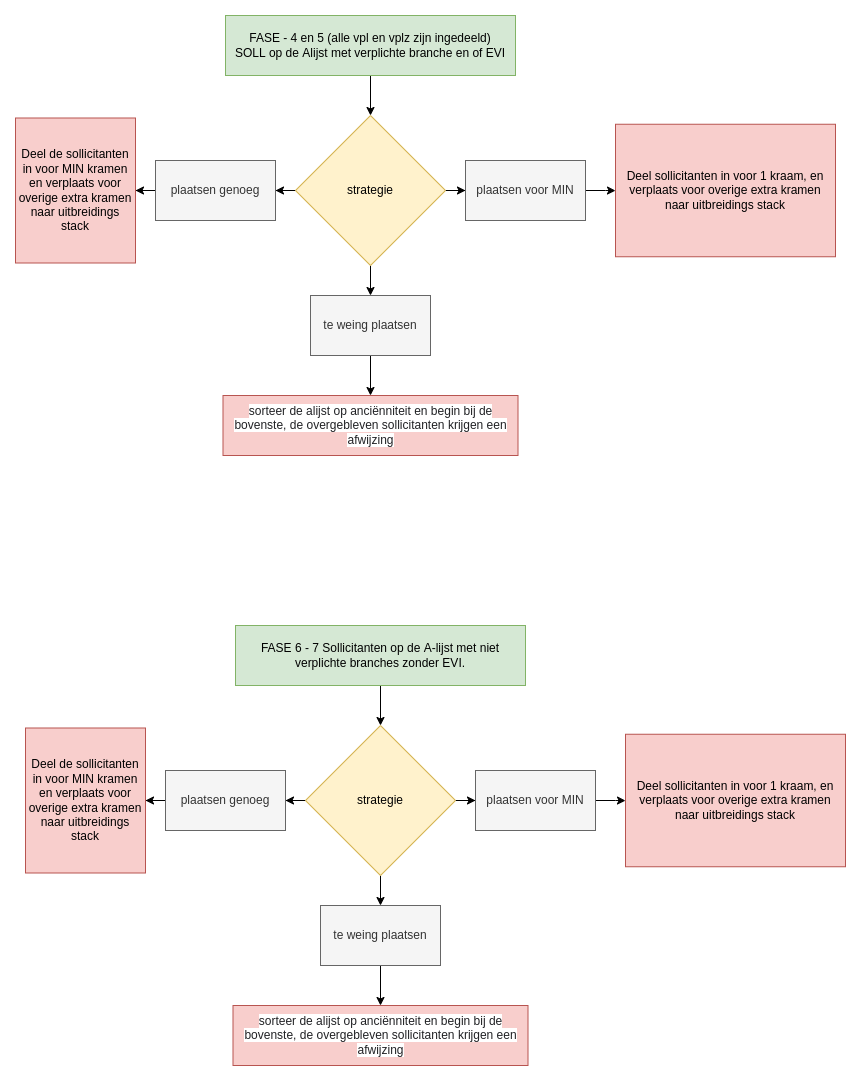
Above: diagrams/fase-4-5-6-7.drawio.png in Amsterdam/makkelijkemarkt-allocation (draw.io), before the change. Source tidied: cells renumbered, new cells last; positions are measured from the earlier drawing's top-left corner, leaving out a move shared by most shapes. Its diagram source:
```xml
<mxGraphModel>
  <root>
    <mxCell id="0" />
    <mxCell id="1" parent="0" />
    <mxCell id="2" style="edgeStyle=orthogonalEdgeStyle;rounded=0;jettySize=auto;html=1;" parent="1" edge="1" source="3" target="7">
      <mxGeometry relative="1" as="geometry" />
    </mxCell>
    <mxCell id="3" value="FASE - 4 en 5 (alle vpl en vplz zijn ingedeeld)&lt;br&gt;SOLL op de Alijst met verplichte branche en of EVI" style="rounded=0;whiteSpace=wrap;html=1;fillColor=#d5e8d4;strokeColor=#82b366;" parent="1" vertex="1">
      <mxGeometry x="210" width="290" height="60" as="geometry" />
    </mxCell>
    <mxCell id="4" style="edgeStyle=orthogonalEdgeStyle;rounded=0;jettySize=auto;html=1;" parent="1" edge="1" source="7" target="9">
      <mxGeometry relative="1" as="geometry" />
    </mxCell>
    <mxCell id="5" style="edgeStyle=orthogonalEdgeStyle;rounded=0;jettySize=auto;html=1;" parent="1" edge="1" source="7" target="11">
      <mxGeometry relative="1" as="geometry" />
    </mxCell>
    <mxCell id="6" style="edgeStyle=orthogonalEdgeStyle;rounded=0;jettySize=auto;html=1;" parent="1" edge="1" source="7" target="13">
      <mxGeometry relative="1" as="geometry" />
    </mxCell>
    <mxCell id="7" value="strategie" style="rhombus;whiteSpace=wrap;html=1;fillColor=#fff2cc;strokeColor=#d6b656;" parent="1" vertex="1">
      <mxGeometry x="280" y="100" width="150" height="150" as="geometry" />
    </mxCell>
    <mxCell id="8" style="edgeStyle=orthogonalEdgeStyle;rounded=0;jettySize=auto;html=1;exitX=0;exitY=0.5;exitDx=0;exitDy=0;" parent="1" edge="1" source="9" target="16">
      <mxGeometry relative="1" as="geometry" />
    </mxCell>
    <mxCell id="9" value="plaatsen genoeg" style="rounded=0;whiteSpace=wrap;html=1;fillColor=#f5f5f5;fontColor=#333333;strokeColor=#666666;" parent="1" vertex="1">
      <mxGeometry x="140" y="145" width="120" height="60" as="geometry" />
    </mxCell>
    <mxCell id="10" style="edgeStyle=orthogonalEdgeStyle;rounded=0;jettySize=auto;html=1;fontSize=12;" parent="1" edge="1" source="11" target="15">
      <mxGeometry relative="1" as="geometry" />
    </mxCell>
    <mxCell id="11" value="plaatsen voor MIN" style="whiteSpace=wrap;html=1;fillColor=#f5f5f5;fontColor=#333333;strokeColor=#666666;" parent="1" vertex="1">
      <mxGeometry x="450" y="145" width="120" height="60" as="geometry" />
    </mxCell>
    <mxCell id="12" style="edgeStyle=orthogonalEdgeStyle;rounded=0;jettySize=auto;html=1;entryX=0.5;entryY=0;entryDx=0;entryDy=0;fontSize=12;" parent="1" edge="1" source="13" target="14">
      <mxGeometry relative="1" as="geometry" />
    </mxCell>
    <mxCell id="13" value="te weing plaatsen" style="whiteSpace=wrap;html=1;fillColor=#f5f5f5;fontColor=#333333;strokeColor=#666666;" parent="1" vertex="1">
      <mxGeometry x="295" y="280" width="120" height="60" as="geometry" />
    </mxCell>
    <mxCell id="14" value="&lt;span style=&quot;color: rgb(32 , 33 , 36) ; font-family: &amp;#34;arial&amp;#34; , sans-serif ; text-align: left ; background-color: rgb(255 , 255 , 255)&quot;&gt;&lt;font style=&quot;font-size: 12px&quot;&gt;sorteer de alijst op anciënniteit en begin bij de bovenste, de overgebleven sollicitanten krijgen een afwijzing&lt;/font&gt;&lt;/span&gt;" style="rounded=0;whiteSpace=wrap;html=1;fillColor=#f8cecc;strokeColor=#b85450;" parent="1" vertex="1">
      <mxGeometry x="207.5" y="380" width="295" height="60" as="geometry" />
    </mxCell>
    <mxCell id="15" value="Deel sollicitanten in voor 1 kraam, en verplaats voor overige extra kramen naar uitbreidings stack" style="rounded=0;whiteSpace=wrap;html=1;fillColor=#f8cecc;strokeColor=#b85450;" parent="1" vertex="1">
      <mxGeometry x="600" y="108.8" width="220" height="132.5" as="geometry" />
    </mxCell>
    <mxCell id="16" value="Deel de sollicitanten in voor MIN kramen en verplaats voor overige extra kramen naar uitbreidings stack" style="rounded=0;whiteSpace=wrap;html=1;fillColor=#f8cecc;strokeColor=#b85450;" parent="1" vertex="1">
      <mxGeometry y="102.5" width="120" height="145" as="geometry" />
    </mxCell>
    <mxCell id="17" style="edgeStyle=orthogonalEdgeStyle;rounded=0;jettySize=auto;html=1;" parent="1" edge="1" source="18" target="22">
      <mxGeometry relative="1" as="geometry" />
    </mxCell>
    <mxCell id="18" value="FASE 6 - 7 Sollicitanten op de A-lijst met niet verplichte branches zonder EVI." style="rounded=0;whiteSpace=wrap;html=1;fillColor=#d5e8d4;strokeColor=#82b366;" parent="1" vertex="1">
      <mxGeometry x="220" y="610" width="290" height="60" as="geometry" />
    </mxCell>
    <mxCell id="19" style="edgeStyle=orthogonalEdgeStyle;rounded=0;jettySize=auto;html=1;" parent="1" edge="1" source="22" target="24">
      <mxGeometry relative="1" as="geometry" />
    </mxCell>
    <mxCell id="20" style="edgeStyle=orthogonalEdgeStyle;rounded=0;jettySize=auto;html=1;" parent="1" edge="1" source="22" target="26">
      <mxGeometry relative="1" as="geometry" />
    </mxCell>
    <mxCell id="21" style="edgeStyle=orthogonalEdgeStyle;rounded=0;jettySize=auto;html=1;" parent="1" edge="1" source="22" target="28">
      <mxGeometry relative="1" as="geometry" />
    </mxCell>
    <mxCell id="22" value="strategie" style="rhombus;whiteSpace=wrap;html=1;fillColor=#fff2cc;strokeColor=#d6b656;" parent="1" vertex="1">
      <mxGeometry x="290" y="710" width="150" height="150" as="geometry" />
    </mxCell>
    <mxCell id="23" style="edgeStyle=orthogonalEdgeStyle;rounded=0;jettySize=auto;html=1;exitX=0;exitY=0.5;exitDx=0;exitDy=0;" parent="1" edge="1" source="24" target="31">
      <mxGeometry relative="1" as="geometry" />
    </mxCell>
    <mxCell id="24" value="plaatsen genoeg" style="rounded=0;whiteSpace=wrap;html=1;fillColor=#f5f5f5;fontColor=#333333;strokeColor=#666666;" parent="1" vertex="1">
      <mxGeometry x="150" y="755" width="120" height="60" as="geometry" />
    </mxCell>
    <mxCell id="25" style="edgeStyle=orthogonalEdgeStyle;rounded=0;jettySize=auto;html=1;fontSize=12;" parent="1" edge="1" source="26" target="30">
      <mxGeometry relative="1" as="geometry" />
    </mxCell>
    <mxCell id="26" value="plaatsen voor MIN" style="whiteSpace=wrap;html=1;fillColor=#f5f5f5;fontColor=#333333;strokeColor=#666666;" parent="1" vertex="1">
      <mxGeometry x="460" y="755" width="120" height="60" as="geometry" />
    </mxCell>
    <mxCell id="27" style="edgeStyle=orthogonalEdgeStyle;rounded=0;jettySize=auto;html=1;entryX=0.5;entryY=0;entryDx=0;entryDy=0;fontSize=12;" parent="1" edge="1" source="28" target="29">
      <mxGeometry relative="1" as="geometry" />
    </mxCell>
    <mxCell id="28" value="te weing plaatsen" style="whiteSpace=wrap;html=1;fillColor=#f5f5f5;fontColor=#333333;strokeColor=#666666;" parent="1" vertex="1">
      <mxGeometry x="305" y="890" width="120" height="60" as="geometry" />
    </mxCell>
    <mxCell id="29" value="&lt;span style=&quot;color: rgb(32 , 33 , 36) ; font-family: &amp;#34;arial&amp;#34; , sans-serif ; text-align: left ; background-color: rgb(255 , 255 , 255)&quot;&gt;&lt;font style=&quot;font-size: 12px&quot;&gt;sorteer de alijst op anciënniteit en begin bij de bovenste, de overgebleven sollicitanten krijgen een afwijzing&lt;/font&gt;&lt;/span&gt;" style="rounded=0;whiteSpace=wrap;html=1;fillColor=#f8cecc;strokeColor=#b85450;" parent="1" vertex="1">
      <mxGeometry x="217.5" y="990" width="295" height="60" as="geometry" />
    </mxCell>
    <mxCell id="30" value="Deel sollicitanten in voor 1 kraam, en verplaats voor overige extra kramen naar uitbreidings stack" style="rounded=0;whiteSpace=wrap;html=1;fillColor=#f8cecc;strokeColor=#b85450;" parent="1" vertex="1">
      <mxGeometry x="610" y="718.8" width="220" height="132.5" as="geometry" />
    </mxCell>
    <mxCell id="31" value="Deel de sollicitanten in voor MIN kramen en verplaats voor overige extra kramen naar uitbreidings stack" style="rounded=0;whiteSpace=wrap;html=1;fillColor=#f8cecc;strokeColor=#b85450;" parent="1" vertex="1">
      <mxGeometry x="10" y="712.5" width="120" height="145" as="geometry" />
    </mxCell>
  </root>
</mxGraphModel>
```
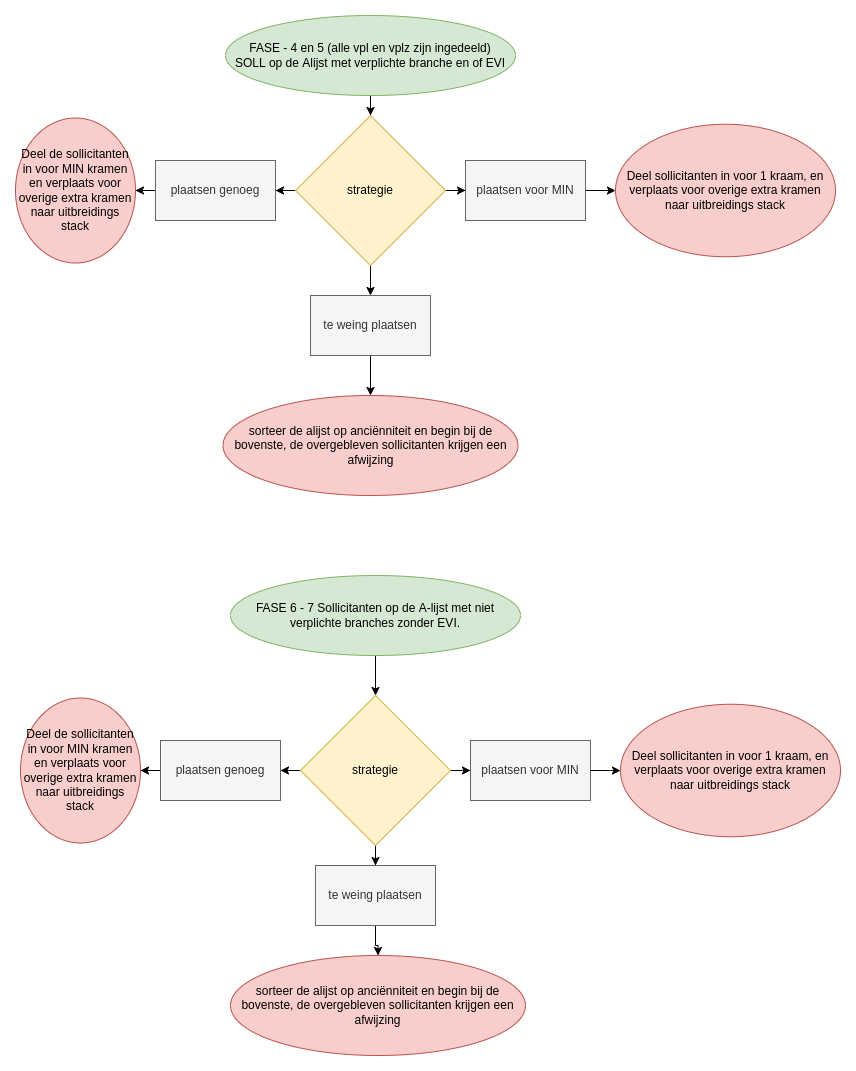
After the change.

Change to the diagram source:
```diff
@@ -5,8 +5,8 @@
     <mxCell id="2" style="edgeStyle=orthogonalEdgeStyle;rounded=0;jettySize=auto;html=1;" parent="1" edge="1" source="3" target="7">
       <mxGeometry relative="1" as="geometry" />
     </mxCell>
-    <mxCell id="3" value="FASE - 4 en 5 (alle vpl en vplz zijn ingedeeld)&lt;br&gt;SOLL op de Alijst met verplichte branche en of EVI" style="rounded=0;whiteSpace=wrap;html=1;fillColor=#d5e8d4;strokeColor=#82b366;" parent="1" vertex="1">
-      <mxGeometry x="210" width="290" height="60" as="geometry" />
+    <mxCell id="3" value="FASE - 4 en 5 (alle vpl en vplz zijn ingedeeld)&lt;br&gt;SOLL op de Alijst met verplichte branche en of EVI" style="ellipse;whiteSpace=wrap;html=1;fillColor=#d5e8d4;strokeColor=#82b366;" parent="1" vertex="1">
+      <mxGeometry x="210" width="290" height="80" as="geometry" />
     </mxCell>
     <mxCell id="4" style="edgeStyle=orthogonalEdgeStyle;rounded=0;jettySize=auto;html=1;" parent="1" edge="1" source="7" target="9">
       <mxGeometry relative="1" as="geometry" />
@@ -38,20 +38,20 @@
     <mxCell id="13" value="te weing plaatsen" style="whiteSpace=wrap;html=1;fillColor=#f5f5f5;fontColor=#333333;strokeColor=#666666;" parent="1" vertex="1">
       <mxGeometry x="295" y="280" width="120" height="60" as="geometry" />
     </mxCell>
-    <mxCell id="14" value="&lt;span style=&quot;color: rgb(32 , 33 , 36) ; font-family: &amp;#34;arial&amp;#34; , sans-serif ; text-align: left ; background-color: rgb(255 , 255 , 255)&quot;&gt;&lt;font style=&quot;font-size: 12px&quot;&gt;sorteer de alijst op anciënniteit en begin bij de bovenste, de overgebleven sollicitanten krijgen een afwijzing&lt;/font&gt;&lt;/span&gt;" style="rounded=0;whiteSpace=wrap;html=1;fillColor=#f8cecc;strokeColor=#b85450;" parent="1" vertex="1">
-      <mxGeometry x="207.5" y="380" width="295" height="60" as="geometry" />
+    <mxCell id="14" value="sorteer de alijst op anciënniteit en begin bij de bovenste, de overgebleven sollicitanten krijgen een afwijzing" style="ellipse;whiteSpace=wrap;html=0;fillColor=#f8cecc;strokeColor=#b85450;" parent="1" vertex="1">
+      <mxGeometry x="207.5" y="380" width="295" height="100" as="geometry" />
     </mxCell>
-    <mxCell id="15" value="Deel sollicitanten in voor 1 kraam, en verplaats voor overige extra kramen naar uitbreidings stack" style="rounded=0;whiteSpace=wrap;html=1;fillColor=#f8cecc;strokeColor=#b85450;" parent="1" vertex="1">
+    <mxCell id="15" value="Deel sollicitanten in voor 1 kraam, en verplaats voor overige extra kramen naar uitbreidings stack" style="ellipse;whiteSpace=wrap;html=1;fillColor=#f8cecc;strokeColor=#b85450;" parent="1" vertex="1">
       <mxGeometry x="600" y="108.8" width="220" height="132.5" as="geometry" />
     </mxCell>
-    <mxCell id="16" value="Deel de sollicitanten in voor MIN kramen en verplaats voor overige extra kramen naar uitbreidings stack" style="rounded=0;whiteSpace=wrap;html=1;fillColor=#f8cecc;strokeColor=#b85450;" parent="1" vertex="1">
+    <mxCell id="16" value="Deel de sollicitanten in voor MIN kramen en verplaats voor overige extra kramen naar uitbreidings stack" style="ellipse;whiteSpace=wrap;html=1;fillColor=#f8cecc;strokeColor=#b85450;" parent="1" vertex="1">
       <mxGeometry y="102.5" width="120" height="145" as="geometry" />
     </mxCell>
     <mxCell id="17" style="edgeStyle=orthogonalEdgeStyle;rounded=0;jettySize=auto;html=1;" parent="1" edge="1" source="18" target="22">
       <mxGeometry relative="1" as="geometry" />
     </mxCell>
-    <mxCell id="18" value="FASE 6 - 7 Sollicitanten op de A-lijst met niet verplichte branches zonder EVI." style="rounded=0;whiteSpace=wrap;html=1;fillColor=#d5e8d4;strokeColor=#82b366;" parent="1" vertex="1">
-      <mxGeometry x="220" y="610" width="290" height="60" as="geometry" />
+    <mxCell id="18" value="FASE 6 - 7 Sollicitanten op de A-lijst met niet verplichte branches zonder EVI." style="ellipse;whiteSpace=wrap;html=1;fillColor=#d5e8d4;strokeColor=#82b366;" parent="1" vertex="1">
+      <mxGeometry x="215" y="560" width="290" height="80" as="geometry" />
     </mxCell>
     <mxCell id="19" style="edgeStyle=orthogonalEdgeStyle;rounded=0;jettySize=auto;html=1;" parent="1" edge="1" source="22" target="24">
       <mxGeometry relative="1" as="geometry" />
@@ -63,34 +63,34 @@
       <mxGeometry relative="1" as="geometry" />
     </mxCell>
     <mxCell id="22" value="strategie" style="rhombus;whiteSpace=wrap;html=1;fillColor=#fff2cc;strokeColor=#d6b656;" parent="1" vertex="1">
-      <mxGeometry x="290" y="710" width="150" height="150" as="geometry" />
+      <mxGeometry x="285" y="680" width="150" height="150" as="geometry" />
     </mxCell>
     <mxCell id="23" style="edgeStyle=orthogonalEdgeStyle;rounded=0;jettySize=auto;html=1;exitX=0;exitY=0.5;exitDx=0;exitDy=0;" parent="1" edge="1" source="24" target="31">
       <mxGeometry relative="1" as="geometry" />
     </mxCell>
     <mxCell id="24" value="plaatsen genoeg" style="rounded=0;whiteSpace=wrap;html=1;fillColor=#f5f5f5;fontColor=#333333;strokeColor=#666666;" parent="1" vertex="1">
-      <mxGeometry x="150" y="755" width="120" height="60" as="geometry" />
+      <mxGeometry x="145" y="725" width="120" height="60" as="geometry" />
     </mxCell>
     <mxCell id="25" style="edgeStyle=orthogonalEdgeStyle;rounded=0;jettySize=auto;html=1;fontSize=12;" parent="1" edge="1" source="26" target="30">
       <mxGeometry relative="1" as="geometry" />
     </mxCell>
     <mxCell id="26" value="plaatsen voor MIN" style="whiteSpace=wrap;html=1;fillColor=#f5f5f5;fontColor=#333333;strokeColor=#666666;" parent="1" vertex="1">
-      <mxGeometry x="460" y="755" width="120" height="60" as="geometry" />
+      <mxGeometry x="455" y="725" width="120" height="60" as="geometry" />
     </mxCell>
-    <mxCell id="27" style="edgeStyle=orthogonalEdgeStyle;rounded=0;jettySize=auto;html=1;entryX=0.5;entryY=0;entryDx=0;entryDy=0;fontSize=12;" parent="1" edge="1" source="28" target="29">
+    <mxCell id="27" style="edgeStyle=orthogonalEdgeStyle;rounded=0;jettySize=auto;html=1;" parent="1" edge="1" source="28" target="29">
       <mxGeometry relative="1" as="geometry" />
     </mxCell>
     <mxCell id="28" value="te weing plaatsen" style="whiteSpace=wrap;html=1;fillColor=#f5f5f5;fontColor=#333333;strokeColor=#666666;" parent="1" vertex="1">
-      <mxGeometry x="305" y="890" width="120" height="60" as="geometry" />
+      <mxGeometry x="300" y="850" width="120" height="60" as="geometry" />
     </mxCell>
-    <mxCell id="29" value="&lt;span style=&quot;color: rgb(32 , 33 , 36) ; font-family: &amp;#34;arial&amp;#34; , sans-serif ; text-align: left ; background-color: rgb(255 , 255 , 255)&quot;&gt;&lt;font style=&quot;font-size: 12px&quot;&gt;sorteer de alijst op anciënniteit en begin bij de bovenste, de overgebleven sollicitanten krijgen een afwijzing&lt;/font&gt;&lt;/span&gt;" style="rounded=0;whiteSpace=wrap;html=1;fillColor=#f8cecc;strokeColor=#b85450;" parent="1" vertex="1">
-      <mxGeometry x="217.5" y="990" width="295" height="60" as="geometry" />
-    </mxCell>
-    <mxCell id="30" value="Deel sollicitanten in voor 1 kraam, en verplaats voor overige extra kramen naar uitbreidings stack" style="rounded=0;whiteSpace=wrap;html=1;fillColor=#f8cecc;strokeColor=#b85450;" parent="1" vertex="1">
-      <mxGeometry x="610" y="718.8" width="220" height="132.5" as="geometry" />
+    <mxCell id="30" value="Deel sollicitanten in voor 1 kraam, en verplaats voor overige extra kramen naar uitbreidings stack" style="ellipse;whiteSpace=wrap;html=1;fillColor=#f8cecc;strokeColor=#b85450;" parent="1" vertex="1">
+      <mxGeometry x="605" y="688.8" width="220" height="132.5" as="geometry" />
     </mxCell>
-    <mxCell id="31" value="Deel de sollicitanten in voor MIN kramen en verplaats voor overige extra kramen naar uitbreidings stack" style="rounded=0;whiteSpace=wrap;html=1;fillColor=#f8cecc;strokeColor=#b85450;" parent="1" vertex="1">
-      <mxGeometry x="10" y="712.5" width="120" height="145" as="geometry" />
+    <mxCell id="31" value="Deel de sollicitanten in voor MIN kramen en verplaats voor overige extra kramen naar uitbreidings stack" style="ellipse;whiteSpace=wrap;html=1;fillColor=#f8cecc;strokeColor=#b85450;" parent="1" vertex="1">
+      <mxGeometry x="5" y="682.5" width="120" height="145" as="geometry" />
     </mxCell>
+    <mxCell id="29" value="sorteer de alijst op anciënniteit en begin bij de bovenste, de overgebleven sollicitanten krijgen een afwijzing" style="ellipse;whiteSpace=wrap;html=0;fillColor=#f8cecc;strokeColor=#b85450;" parent="1" vertex="1">
+      <mxGeometry x="215" y="940" width="295" height="100" as="geometry" />
+    </mxCell>
   </root>
 </mxGraphModel>
```
